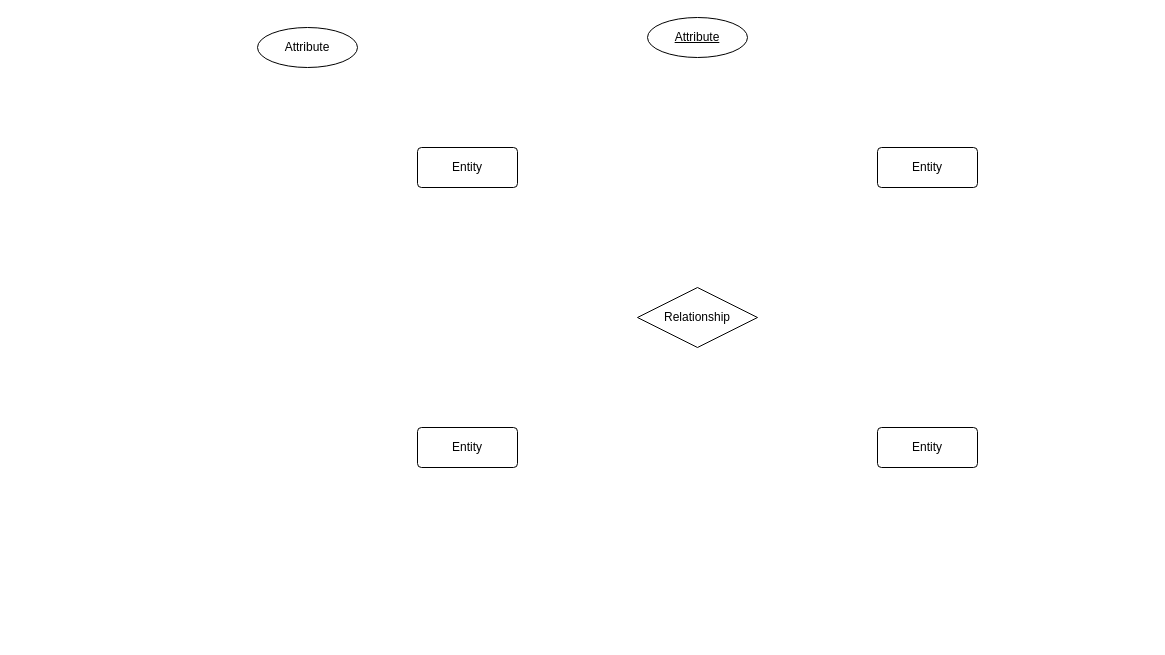
This is Diagrama sin título.drawio from Mokius02/basesdedatos, a draw.io file, before an edit. Source tidied: cells renumbered, new cells numbered last; positions are measured from the earlier drawing's top-left corner, leaving out a move shared by most shapes. Both pictures are drawn from the tidied source at 100%, with x=0, y=0 at pixel (257, 17).
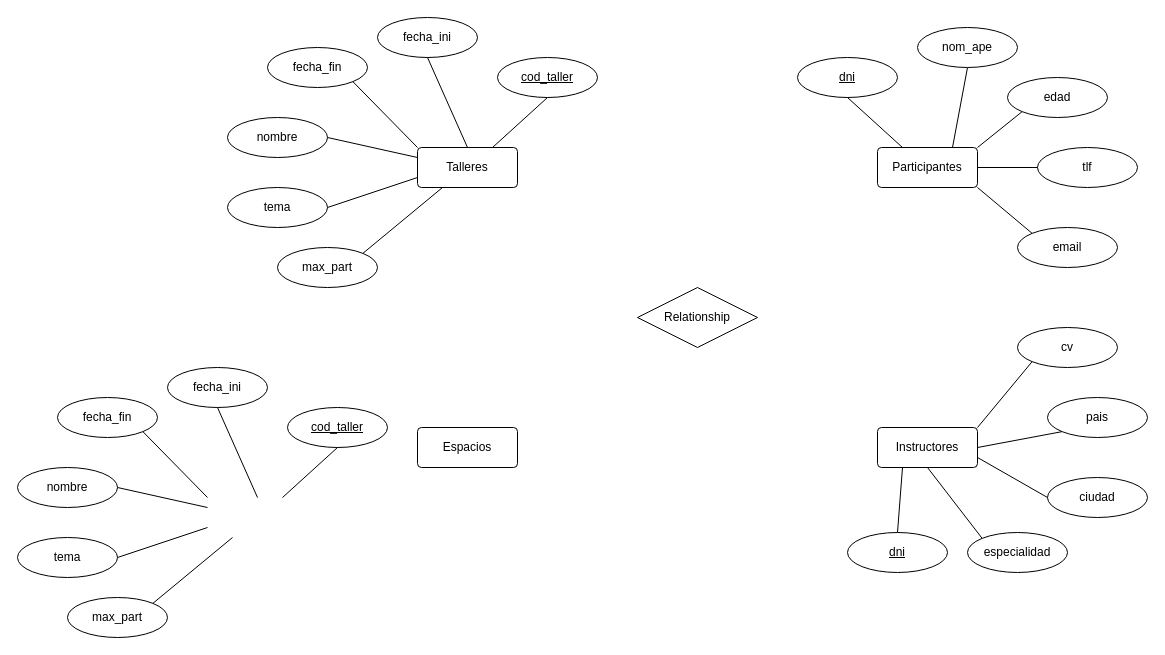
After the change.

Change to the diagram source:
```diff
@@
-    <mxCell id="2" value="Entity" style="rounded=1;arcSize=10;whiteSpace=wrap;html=1;align=center;" parent="1" vertex="1">
+    <mxCell id="2" value="Talleres" style="rounded=1;arcSize=10;whiteSpace=wrap;html=1;align=center;" parent="1" vertex="1">
       <mxGeometry x="160" y="130" width="100" height="40" as="geometry" />
     </mxCell>
-    <mxCell id="3" value="Entity" style="rounded=1;arcSize=10;whiteSpace=wrap;html=1;align=center;" parent="1" vertex="1">
+    <mxCell id="3" value="Participantes" style="rounded=1;arcSize=10;whiteSpace=wrap;html=1;align=center;" parent="1" vertex="1">
       <mxGeometry x="620" y="130" width="100" height="40" as="geometry" />
     </mxCell>
-    <mxCell id="4" value="Entity" style="rounded=1;arcSize=10;whiteSpace=wrap;html=1;align=center;" parent="1" vertex="1">
+    <mxCell id="4" value="Espacios" style="rounded=1;arcSize=10;whiteSpace=wrap;html=1;align=center;" parent="1" vertex="1">
       <mxGeometry x="160" y="410" width="100" height="40" as="geometry" />
     </mxCell>
-    <mxCell id="5" value="Entity" style="rounded=1;arcSize=10;whiteSpace=wrap;html=1;align=center;" parent="1" vertex="1">
+    <mxCell id="5" value="Instructores" style="rounded=1;arcSize=10;whiteSpace=wrap;html=1;align=center;" parent="1" vertex="1">
       <mxGeometry x="620" y="410" width="100" height="40" as="geometry" />
     </mxCell>
@@
-    <mxCell id="7" value="Attribute" style="ellipse;whiteSpace=wrap;html=1;align=center;fontStyle=4;" parent="1" vertex="1">
-      <mxGeometry x="390" width="100" height="40" as="geometry" />
+    <mxCell id="7" value="cod_taller" style="ellipse;whiteSpace=wrap;html=1;align=center;fontStyle=4;" parent="1" vertex="1">
+      <mxGeometry x="240" y="40" width="100" height="40" as="geometry" />
     </mxCell>
-    <mxCell id="8" value="Attribute" style="ellipse;whiteSpace=wrap;html=1;align=center;" parent="1" vertex="1">
-      <mxGeometry y="10" width="100" height="40" as="geometry" />
+    <mxCell id="8" value="fecha_ini" style="ellipse;whiteSpace=wrap;html=1;align=center;" parent="1" vertex="1">
+      <mxGeometry x="120" width="100" height="40" as="geometry" />
     </mxCell>
+    <mxCell id="9" value="fecha_fin" style="ellipse;whiteSpace=wrap;html=1;align=center;" parent="1" vertex="1">
+      <mxGeometry x="10" y="30" width="100" height="40" as="geometry" />
+    </mxCell>
+    <mxCell id="10" value="nombre" style="ellipse;whiteSpace=wrap;html=1;align=center;" parent="1" vertex="1">
+      <mxGeometry x="-30" y="100" width="100" height="40" as="geometry" />
+    </mxCell>
+    <mxCell id="11" value="tema" style="ellipse;whiteSpace=wrap;html=1;align=center;" parent="1" vertex="1">
+      <mxGeometry x="-30" y="170" width="100" height="40" as="geometry" />
+    </mxCell>
+    <mxCell id="12" value="max_part" style="ellipse;whiteSpace=wrap;html=1;align=center;" parent="1" vertex="1">
+      <mxGeometry x="20" y="230" width="100" height="40" as="geometry" />
+    </mxCell>
+    <mxCell id="13" style="endArrow=none;html=1;rounded=0;exitX=0.75;exitY=0;exitDx=0;exitDy=0;entryX=0.5;entryY=1;entryDx=0;entryDy=0;" parent="1" edge="1" source="2" target="7">
+      <mxGeometry relative="1" as="geometry" />
+    </mxCell>
+    <mxCell id="14" style="endArrow=none;html=1;rounded=0;exitX=0.5;exitY=0;exitDx=0;exitDy=0;entryX=0.5;entryY=1;entryDx=0;entryDy=0;" parent="1" edge="1" source="2" target="8">
+      <mxGeometry relative="1" as="geometry" />
+    </mxCell>
+    <mxCell id="15" style="endArrow=none;html=1;rounded=0;exitX=0;exitY=0;exitDx=0;exitDy=0;entryX=1;entryY=1;entryDx=0;entryDy=0;" parent="1" edge="1" source="2" target="9">
+      <mxGeometry relative="1" as="geometry" />
+    </mxCell>
+    <mxCell id="16" style="endArrow=none;html=1;rounded=0;exitX=0;exitY=0.25;exitDx=0;exitDy=0;entryX=1;entryY=0.5;entryDx=0;entryDy=0;" parent="1" edge="1" source="2" target="10">
+      <mxGeometry relative="1" as="geometry" />
+    </mxCell>
+    <mxCell id="17" style="endArrow=none;html=1;rounded=0;exitX=0;exitY=0.75;exitDx=0;exitDy=0;entryX=1;entryY=0.5;entryDx=0;entryDy=0;" parent="1" edge="1" source="2" target="11">
+      <mxGeometry relative="1" as="geometry" />
+    </mxCell>
+    <mxCell id="18" style="endArrow=none;html=1;rounded=0;exitX=0.25;exitY=1;exitDx=0;exitDy=0;entryX=1;entryY=0;entryDx=0;entryDy=0;" parent="1" edge="1" source="2" target="12">
+      <mxGeometry relative="1" as="geometry" />
+    </mxCell>
+    <mxCell id="19" value="cod_taller" style="ellipse;whiteSpace=wrap;html=1;align=center;fontStyle=4;" parent="1" vertex="1">
+      <mxGeometry x="30" y="390" width="100" height="40" as="geometry" />
+    </mxCell>
+    <mxCell id="20" value="fecha_fin" style="ellipse;whiteSpace=wrap;html=1;align=center;" parent="1" vertex="1">
+      <mxGeometry x="-200" y="380" width="100" height="40" as="geometry" />
+    </mxCell>
+    <mxCell id="21" value="nombre" style="ellipse;whiteSpace=wrap;html=1;align=center;" parent="1" vertex="1">
+      <mxGeometry x="-240" y="450" width="100" height="40" as="geometry" />
+    </mxCell>
+    <mxCell id="22" style="endArrow=none;html=1;rounded=0;exitX=0.75;exitY=0;exitDx=0;exitDy=0;entryX=0.5;entryY=1;entryDx=0;entryDy=0;" parent="1" edge="1" target="19">
+      <mxGeometry relative="1" as="geometry">
+        <mxPoint x="25" y="480" as="sourcePoint" />
+      </mxGeometry>
+    </mxCell>
+    <mxCell id="23" style="endArrow=none;html=1;rounded=0;exitX=0.5;exitY=0;exitDx=0;exitDy=0;entryX=0.5;entryY=1;entryDx=0;entryDy=0;" parent="1" edge="1" target="30">
+      <mxGeometry relative="1" as="geometry">
+        <mxPoint y="480" as="sourcePoint" />
+      </mxGeometry>
+    </mxCell>
+    <mxCell id="24" style="endArrow=none;html=1;rounded=0;exitX=0;exitY=0;exitDx=0;exitDy=0;entryX=1;entryY=1;entryDx=0;entryDy=0;" parent="1" edge="1" target="20">
+      <mxGeometry relative="1" as="geometry">
+        <mxPoint x="-50" y="480" as="sourcePoint" />
+      </mxGeometry>
+    </mxCell>
+    <mxCell id="25" style="endArrow=none;html=1;rounded=0;exitX=0;exitY=0.25;exitDx=0;exitDy=0;entryX=1;entryY=0.5;entryDx=0;entryDy=0;" parent="1" edge="1" target="21">
+      <mxGeometry relative="1" as="geometry">
+        <mxPoint x="-50" y="490" as="sourcePoint" />
+      </mxGeometry>
+    </mxCell>
+    <mxCell id="26" value="tema" style="ellipse;whiteSpace=wrap;html=1;align=center;" parent="1" vertex="1">
+      <mxGeometry x="-240" y="520" width="100" height="40" as="geometry" />
+    </mxCell>
+    <mxCell id="27" value="max_part" style="ellipse;whiteSpace=wrap;html=1;align=center;" parent="1" vertex="1">
+      <mxGeometry x="-190" y="580" width="100" height="40" as="geometry" />
+    </mxCell>
+    <mxCell id="28" style="endArrow=none;html=1;rounded=0;exitX=0;exitY=0.75;exitDx=0;exitDy=0;entryX=1;entryY=0.5;entryDx=0;entryDy=0;" parent="1" edge="1" target="26">
+      <mxGeometry relative="1" as="geometry">
+        <mxPoint x="-50" y="510" as="sourcePoint" />
+      </mxGeometry>
+    </mxCell>
+    <mxCell id="29" style="endArrow=none;html=1;rounded=0;exitX=0.25;exitY=1;exitDx=0;exitDy=0;entryX=1;entryY=0;entryDx=0;entryDy=0;" parent="1" edge="1" target="27">
+      <mxGeometry relative="1" as="geometry">
+        <mxPoint x="-25" y="520" as="sourcePoint" />
+      </mxGeometry>
+    </mxCell>
+    <mxCell id="30" value="fecha_ini" style="ellipse;whiteSpace=wrap;html=1;align=center;" parent="1" vertex="1">
+      <mxGeometry x="-90" y="350" width="100" height="40" as="geometry" />
+    </mxCell>
+    <mxCell id="31" value="dni" style="ellipse;whiteSpace=wrap;html=1;align=center;fontStyle=4;" parent="1" vertex="1">
+      <mxGeometry x="590" y="515" width="100" height="40" as="geometry" />
+    </mxCell>
+    <mxCell id="32" value="ciudad" style="ellipse;whiteSpace=wrap;html=1;align=center;" parent="1" vertex="1">
+      <mxGeometry x="790" y="460" width="100" height="40" as="geometry" />
+    </mxCell>
+    <mxCell id="33" value="pais" style="ellipse;whiteSpace=wrap;html=1;align=center;" parent="1" vertex="1">
+      <mxGeometry x="790" y="380" width="100" height="40" as="geometry" />
+    </mxCell>
+    <mxCell id="34" style="endArrow=none;html=1;rounded=0;exitX=0.25;exitY=1;exitDx=0;exitDy=0;entryX=0.5;entryY=0;entryDx=0;entryDy=0;" parent="1" edge="1" source="5" target="31">
+      <mxGeometry relative="1" as="geometry" />
+    </mxCell>
+    <mxCell id="35" style="endArrow=none;html=1;rounded=0;exitX=0.5;exitY=1;exitDx=0;exitDy=0;entryX=0;entryY=0;entryDx=0;entryDy=0;" parent="1" edge="1" source="5" target="40">
+      <mxGeometry relative="1" as="geometry" />
+    </mxCell>
+    <mxCell id="36" style="endArrow=none;html=1;rounded=0;exitX=1;exitY=0.75;exitDx=0;exitDy=0;entryX=0;entryY=0.5;entryDx=0;entryDy=0;" parent="1" edge="1" source="5" target="32">
+      <mxGeometry relative="1" as="geometry" />
+    </mxCell>
+    <mxCell id="37" style="endArrow=none;html=1;rounded=0;exitX=1;exitY=0.5;exitDx=0;exitDy=0;entryX=0;entryY=1;entryDx=0;entryDy=0;" parent="1" edge="1" source="5" target="33">
+      <mxGeometry relative="1" as="geometry" />
+    </mxCell>
+    <mxCell id="38" value="cv" style="ellipse;whiteSpace=wrap;html=1;align=center;" parent="1" vertex="1">
+      <mxGeometry x="760" y="310" width="100" height="40" as="geometry" />
+    </mxCell>
+    <mxCell id="39" style="endArrow=none;html=1;rounded=0;exitX=1;exitY=0;exitDx=0;exitDy=0;entryX=0;entryY=1;entryDx=0;entryDy=0;" parent="1" edge="1" source="5" target="38">
+      <mxGeometry relative="1" as="geometry" />
+    </mxCell>
+    <mxCell id="40" value="especialidad" style="ellipse;whiteSpace=wrap;html=1;align=center;" parent="1" vertex="1">
+      <mxGeometry x="710" y="515" width="100" height="40" as="geometry" />
+    </mxCell>
+    <mxCell id="41" value="dni" style="ellipse;whiteSpace=wrap;html=1;align=center;fontStyle=4;" parent="1" vertex="1">
+      <mxGeometry x="540" y="40" width="100" height="40" as="geometry" />
+    </mxCell>
+    <mxCell id="42" value="edad" style="ellipse;whiteSpace=wrap;html=1;align=center;" parent="1" vertex="1">
+      <mxGeometry x="750" y="60" width="100" height="40" as="geometry" />
+    </mxCell>
+    <mxCell id="43" value="tlf" style="ellipse;whiteSpace=wrap;html=1;align=center;" parent="1" vertex="1">
+      <mxGeometry x="780" y="130" width="100" height="40" as="geometry" />
+    </mxCell>
+    <mxCell id="44" style="endArrow=none;html=1;rounded=0;exitX=0.25;exitY=0;exitDx=0;exitDy=0;entryX=0.5;entryY=1;entryDx=0;entryDy=0;" parent="1" edge="1" source="3" target="41">
+      <mxGeometry relative="1" as="geometry" />
+    </mxCell>
+    <mxCell id="45" style="endArrow=none;html=1;rounded=0;exitX=0.75;exitY=0;exitDx=0;exitDy=0;entryX=0.5;entryY=1;entryDx=0;entryDy=0;" parent="1" edge="1" source="3" target="50">
+      <mxGeometry relative="1" as="geometry" />
+    </mxCell>
+    <mxCell id="46" style="endArrow=none;html=1;rounded=0;exitX=1;exitY=0;exitDx=0;exitDy=0;entryX=0;entryY=1;entryDx=0;entryDy=0;" parent="1" edge="1" source="3" target="42">
+      <mxGeometry relative="1" as="geometry" />
+    </mxCell>
+    <mxCell id="47" style="endArrow=none;html=1;rounded=0;exitX=0;exitY=0.5;exitDx=0;exitDy=0;entryX=1;entryY=0.5;entryDx=0;entryDy=0;" parent="1" edge="1" source="43" target="3">
+      <mxGeometry relative="1" as="geometry" />
+    </mxCell>
+    <mxCell id="48" value="email" style="ellipse;whiteSpace=wrap;html=1;align=center;" parent="1" vertex="1">
+      <mxGeometry x="760" y="210" width="100" height="40" as="geometry" />
+    </mxCell>
+    <mxCell id="49" style="endArrow=none;html=1;rounded=0;exitX=1;exitY=1;exitDx=0;exitDy=0;entryX=0;entryY=0;entryDx=0;entryDy=0;" parent="1" edge="1" source="3" target="48">
+      <mxGeometry relative="1" as="geometry" />
+    </mxCell>
+    <mxCell id="50" value="nom_ape" style="ellipse;whiteSpace=wrap;html=1;align=center;" parent="1" vertex="1">
+      <mxGeometry x="660" y="10" width="100" height="40" as="geometry" />
+    </mxCell>
```
